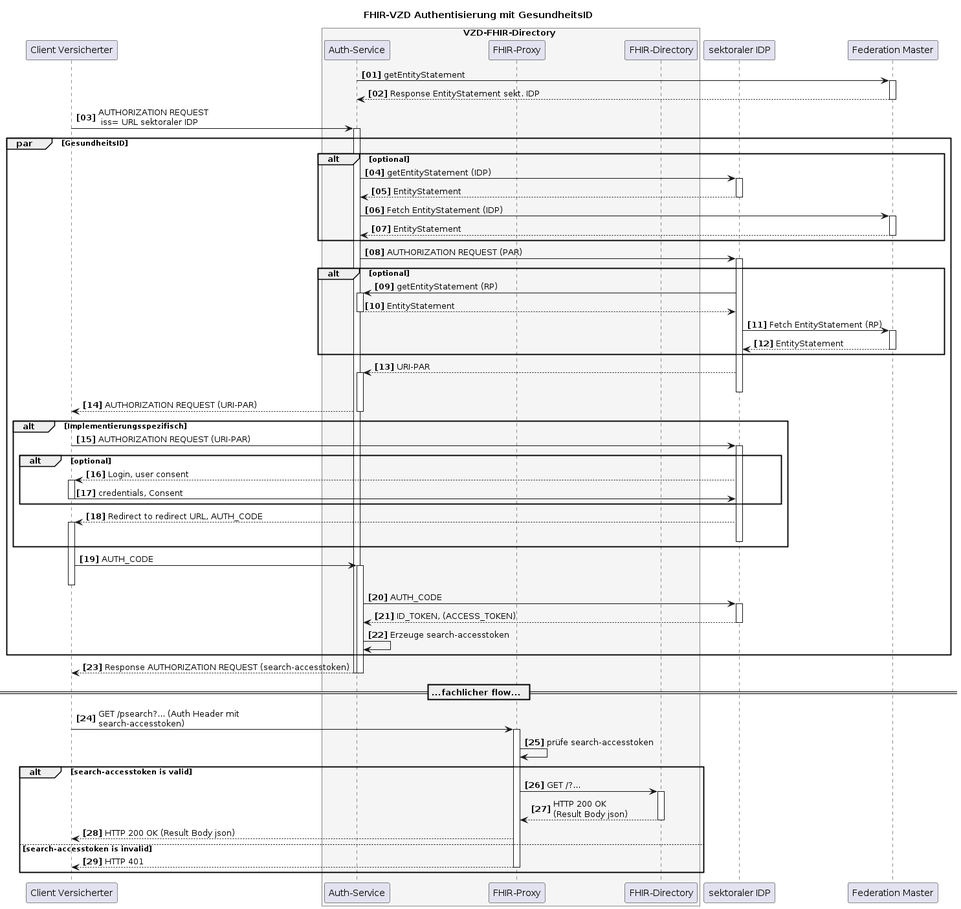
gematik/api-vzd keeps this PlantUML diagram as images/diagrams/SequenceDiagram.FHIR-Directory.psearch_auth.png. Above is the earlier version.
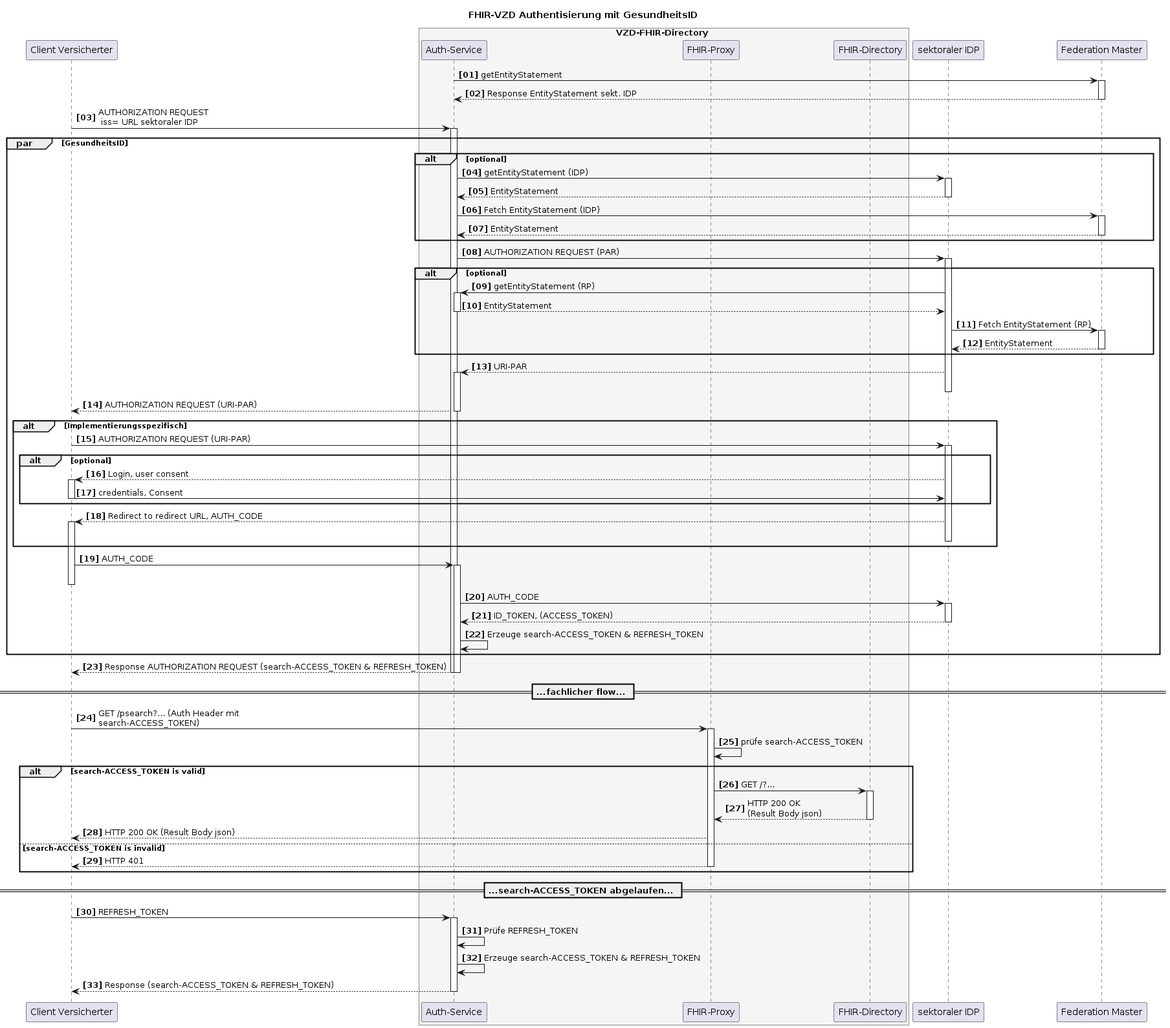
The same file after the commit.

Commit message:
Commit from GitHub Actions (GeneratePlantumlImages)

What changed in the source:
```diff
@@ -68,28 +68,39 @@
 VzdAuth->sekIDP++: AUTH_CODE
 sekIDP-->VzdAuth: ID_TOKEN, (ACCESS_TOKEN)
 deactivate sekIDP
-VzdAuth->VzdAuth: Erzeuge search-accesstoken
+VzdAuth->VzdAuth: Erzeuge search-ACCESS_TOKEN & REFRESH_TOKEN
 
 end
 
-VzdAuth-->VClient: Response AUTHORIZATION REQUEST (search-accesstoken)
+VzdAuth-->VClient: Response AUTHORIZATION REQUEST (search-ACCESS_TOKEN & REFRESH_TOKEN)
 deactivate VzdAuth
 deactivate VzdAuth
 
 == ...fachlicher flow... ==
 
-VClient -> fp: GET /psearch?... (Auth Header mit\nsearch-accesstoken)
+VClient -> fp: GET /psearch?... (Auth Header mit\nsearch-ACCESS_TOKEN)
 activate fp
-fp -> fp: prüfe search-accesstoken
+fp -> fp: prüfe search-ACCESS_TOKEN
 
-alt search-accesstoken is valid
+alt search-ACCESS_TOKEN is valid
 fp -> fd: GET /?...
 activate fd
 fd --> fp: HTTP 200 OK\n(Result Body json)
 deactivate fd
 fp --> VClient: HTTP 200 OK (Result Body json)
-else search-accesstoken is invalid
+else search-ACCESS_TOKEN is invalid
 fp --> VClient: HTTP 401
 deactivate fp
 end
+
+== ...search-ACCESS_TOKEN abgelaufen... ==
+
+VClient->VzdAuth++: REFRESH_TOKEN
+VzdAuth->VzdAuth: Prüfe REFRESH_TOKEN
+VzdAuth->VzdAuth: Erzeuge search-ACCESS_TOKEN & REFRESH_TOKEN
+
+VzdAuth-->VClient: Response (search-ACCESS_TOKEN & REFRESH_TOKEN)
+deactivate VzdAuth
+deactivate VzdAuth
+
 @enduml
```
